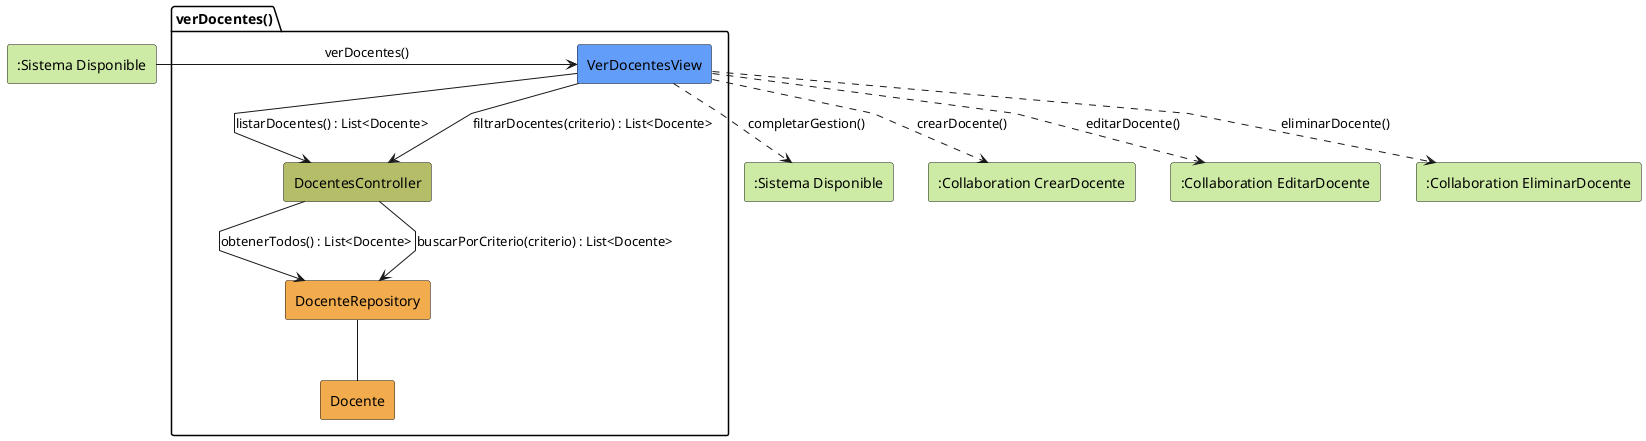
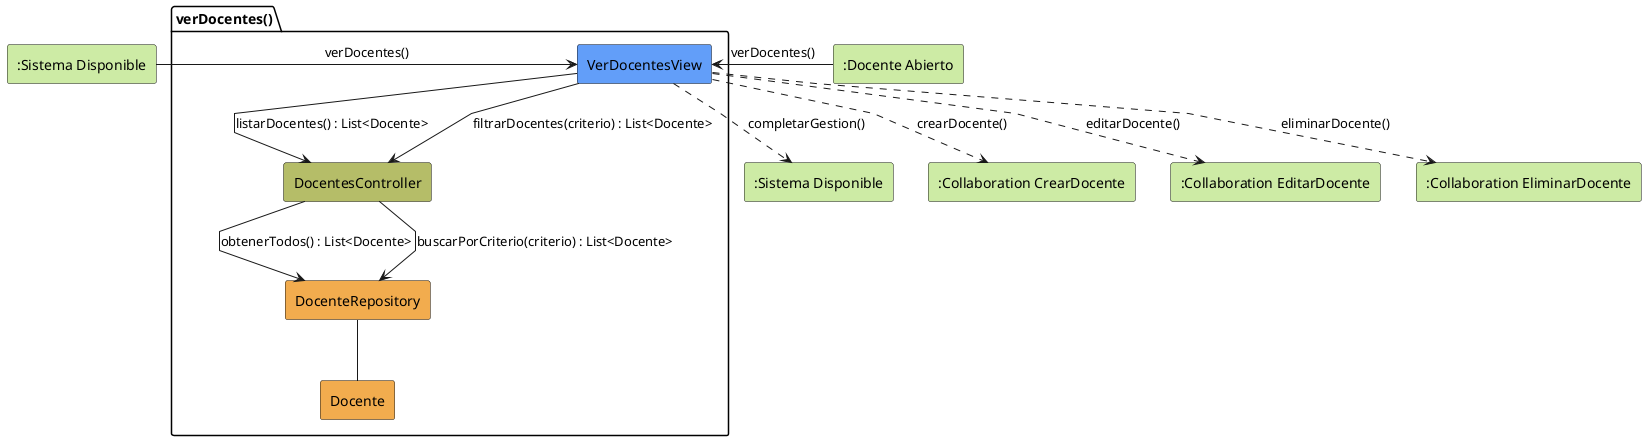
@startuml verDocentes-analisis
skinparam linetype polyline

rectangle #CDEBA5 ":Sistema Disponible" as SistemaDisponible
+ rectangle #CDEBA5 ":Docente Abierto" as DocenteAbierto
package verDocentes as "verDocentes()" {
    rectangle #629EF9 VerDocentesView
    rectangle #b5bd68 DocentesController
    rectangle #F2AC4E DocenteRepository
    rectangle #F2AC4E Docente
}

rectangle #CDEBA5 ":Sistema Disponible" as SistemaDisponibleSalida
rectangle #CDEBA5 ":Collaboration CrearDocente" as CrearDocente
rectangle #CDEBA5 ":Collaboration EditarDocente" as EditarDocente
rectangle #CDEBA5 ":Collaboration EliminarDocente" as EliminarDocente

SistemaDisponible -r-> VerDocentesView: verDocentes()
+ DocenteAbierto -r-> VerDocentesView: verDocentes()

VerDocentesView -d-> DocentesController: listarDocentes() : List<Docente>

DocentesController --> DocenteRepository: obtenerTodos() : List<Docente>

DocenteRepository -- Docente

VerDocentesView --> DocentesController: filtrarDocentes(criterio) : List<Docente>

DocentesController --> DocenteRepository: buscarPorCriterio(criterio) : List<Docente>

VerDocentesView ..> SistemaDisponibleSalida: completarGestion()
VerDocentesView ..> CrearDocente: crearDocente()
VerDocentesView ..> EditarDocente: editarDocente()
VerDocentesView ..> EliminarDocente: eliminarDocente()

@enduml